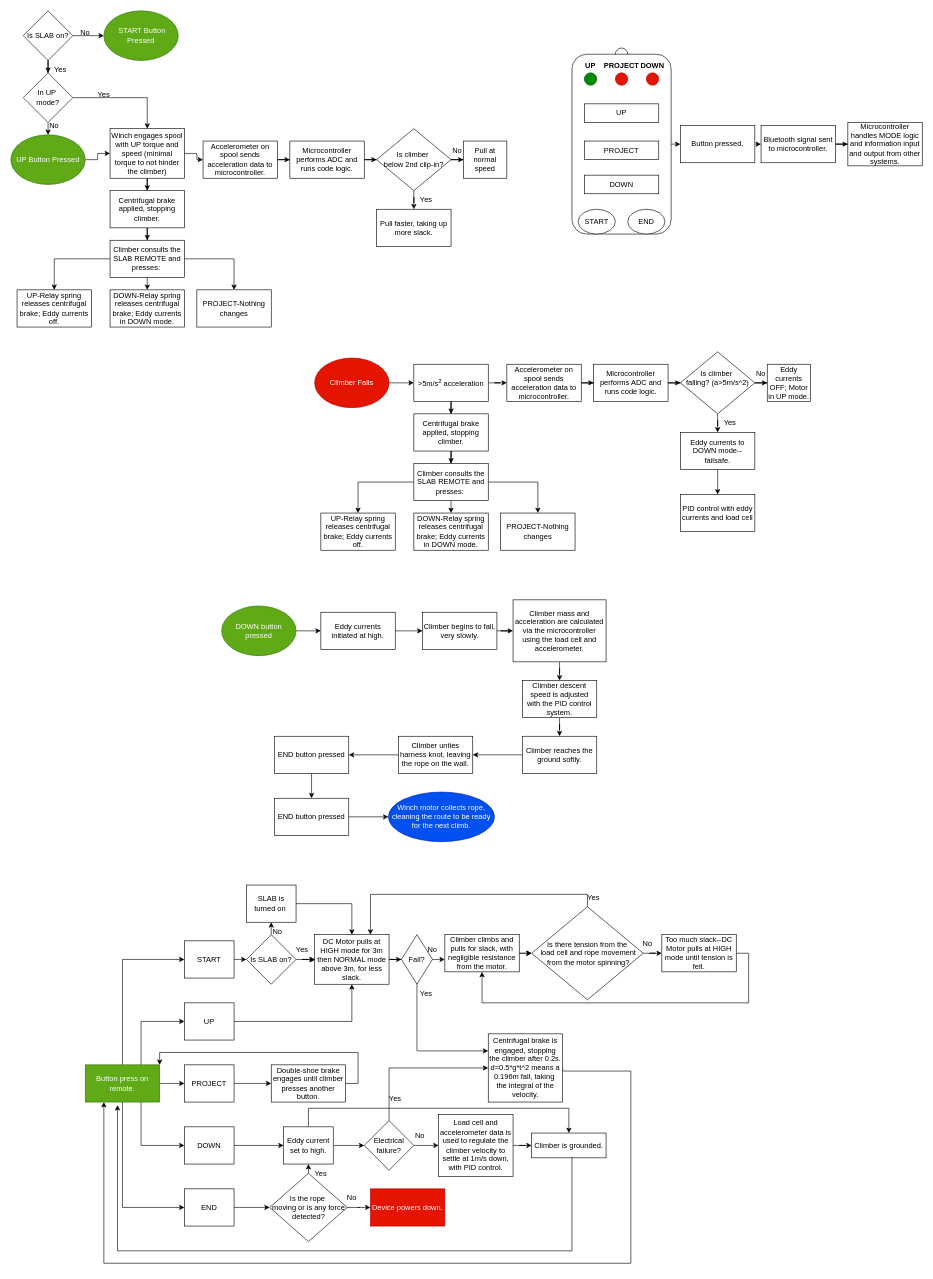
This is SLABFlowDiagrams.drawio from AidanRabinowitz/DesignProject-SLAB, a draw.io file, before an edit. Source tidied: cells renumbered, new cells numbered last; positions are measured from the earlier drawing's top-left corner, leaving out a move shared by most shapes. Both pictures are drawn from the tidied source at 62%, with x=0, y=0 at pixel (11, 11).
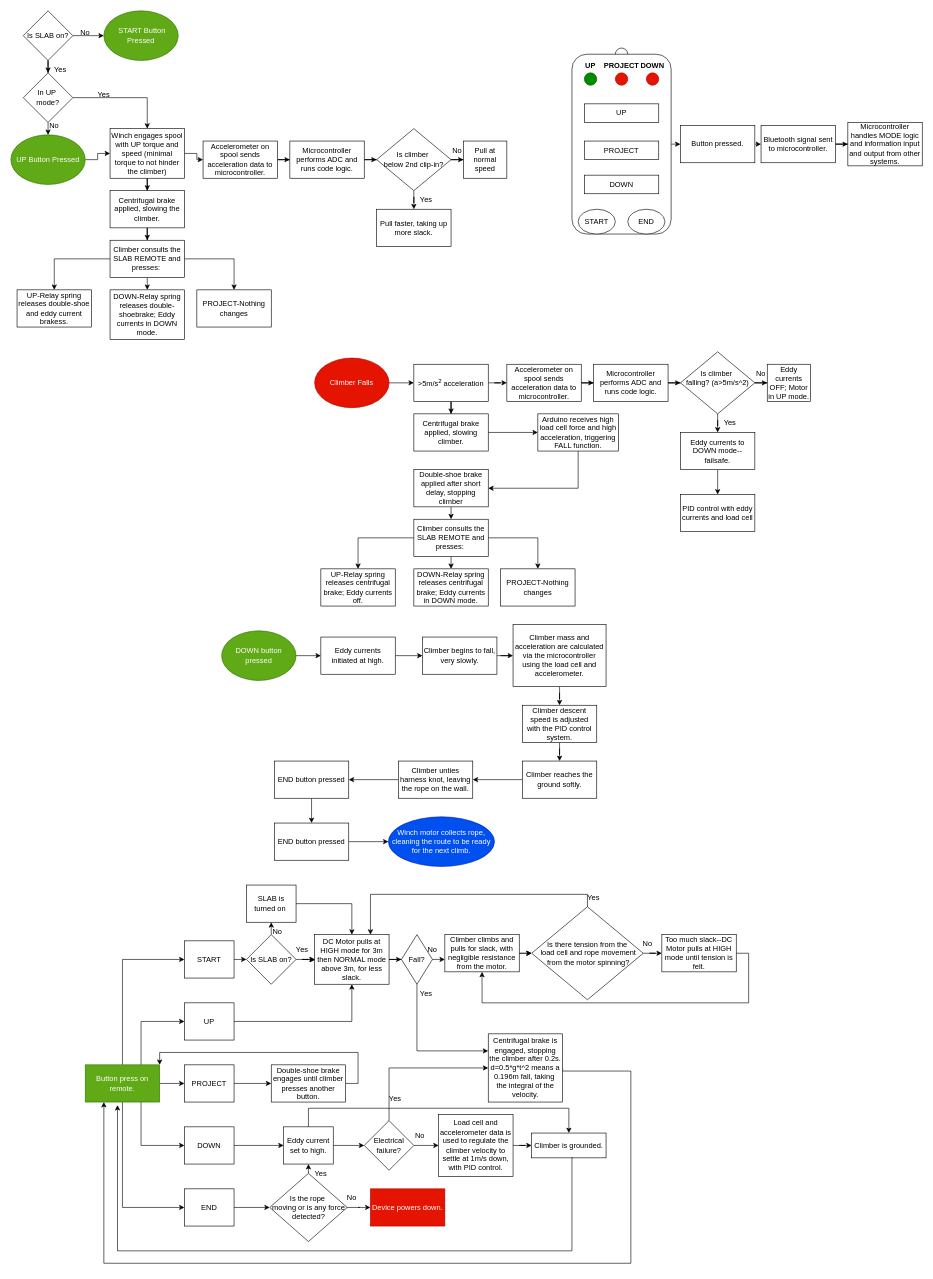
Above is the later version.

What changed in the source:
```diff
@@
-    <mxCell id="19" value="Centrifugal brake applied, stopping climber." style="whiteSpace=wrap;html=1;" parent="1" vertex="1">
+    <mxCell id="19" value="Centrifugal brake applied, slowing the climber." style="whiteSpace=wrap;html=1;" parent="1" vertex="1">
       <mxGeometry x="160" y="290" width="120" height="60" as="geometry" />
     </mxCell>
@@
-    <mxCell id="24" value="UP-Relay spring releases centrifugal brake; Eddy currents off." style="rounded=0;whiteSpace=wrap;html=1;" parent="1" vertex="1">
+    <mxCell id="24" value="UP-Relay spring releases double-shoe and eddy current brakess." style="rounded=0;whiteSpace=wrap;html=1;" parent="1" vertex="1">
       <mxGeometry x="10" y="450" width="120" height="60" as="geometry" />
     </mxCell>
@@
-    <mxCell id="26" value="DOWN-Relay spring releases centrifugal brake; Eddy currents in DOWN mode." style="rounded=0;whiteSpace=wrap;html=1;" parent="1" vertex="1">
-      <mxGeometry x="160" y="450" width="120" height="60" as="geometry" />
+    <mxCell id="26" value="DOWN-Relay spring releases double-shoebrake; Eddy currents in DOWN mode." style="rounded=0;whiteSpace=wrap;html=1;" parent="1" vertex="1">
+      <mxGeometry x="160" y="450" width="120" height="80" as="geometry" />
     </mxCell>
@@
-    <mxCell id="55" style="edgeStyle=orthogonalEdgeStyle;rounded=0;jettySize=auto;html=1;" parent="1" edge="1" source="56" target="60">
-      <mxGeometry relative="1" as="geometry" />
-    </mxCell>
+    <mxCell id="166" style="edgeStyle=orthogonalEdgeStyle;rounded=0;jettySize=auto;html=1;" parent="1" edge="1" source="56" target="170">
+      <mxGeometry relative="1" as="geometry" />
+    </mxCell>
-    <mxCell id="56" value="Centrifugal brake applied, stopping climber." style="whiteSpace=wrap;html=1;" parent="1" vertex="1">
+    <mxCell id="56" value="Centrifugal brake applied, slowing climber." style="whiteSpace=wrap;html=1;" parent="1" vertex="1">
       <mxGeometry x="650" y="650" width="120" height="60" as="geometry" />
     </mxCell>
@@
     <mxCell id="60" value="Climber consults the SLAB REMOTE and presses:&amp;nbsp;" style="whiteSpace=wrap;html=1;" parent="1" vertex="1">
-      <mxGeometry x="650" y="730" width="120" height="60" as="geometry" />
+      <mxGeometry x="650" y="820" width="120" height="60" as="geometry" />
     </mxCell>
     <mxCell id="61" value="UP-Relay spring releases centrifugal brake; Eddy currents off." style="rounded=0;whiteSpace=wrap;html=1;" parent="1" vertex="1">
-      <mxGeometry x="500" y="810" width="120" height="60" as="geometry" />
+      <mxGeometry x="500" y="900" width="120" height="60" as="geometry" />
     </mxCell>
     <mxCell id="62" value="PROJECT-Nothing changes" style="rounded=0;whiteSpace=wrap;html=1;" parent="1" vertex="1">
-      <mxGeometry x="790" y="810" width="120" height="60" as="geometry" />
+      <mxGeometry x="790" y="900" width="120" height="60" as="geometry" />
     </mxCell>
     <mxCell id="63" value="DOWN-Relay spring releases centrifugal brake; Eddy currents in DOWN mode." style="rounded=0;whiteSpace=wrap;html=1;" parent="1" vertex="1">
-      <mxGeometry x="650" y="810" width="120" height="60" as="geometry" />
+      <mxGeometry x="650" y="900" width="120" height="60" as="geometry" />
     </mxCell>
@@
     <mxCell id="66" value="DOWN button pressed" style="ellipse;whiteSpace=wrap;html=1;fillColor=#60a917;fontColor=#ffffff;strokeColor=#2D7600;" parent="1" vertex="1">
-      <mxGeometry x="340" y="960" width="120" height="80" as="geometry" />
+      <mxGeometry x="340" y="1000" width="120" height="80" as="geometry" />
     </mxCell>
@@
     <mxCell id="68" value="Eddy currents initiated at high." style="whiteSpace=wrap;html=1;" parent="1" vertex="1">
-      <mxGeometry x="500" y="970" width="120" height="60" as="geometry" />
+      <mxGeometry x="500" y="1010" width="120" height="60" as="geometry" />
     </mxCell>
@@
     <mxCell id="70" value="Climber begins to fall, very slowly." style="whiteSpace=wrap;html=1;" parent="1" vertex="1">
-      <mxGeometry x="664" y="970" width="120" height="60" as="geometry" />
+      <mxGeometry x="664" y="1010" width="120" height="60" as="geometry" />
     </mxCell>
@@
     <mxCell id="72" value="Climber mass and acceleration are calculated via the microcontroller using the load cell and accelerometer." style="whiteSpace=wrap;html=1;" parent="1" vertex="1">
-      <mxGeometry x="810" y="950" width="150" height="100" as="geometry" />
+      <mxGeometry x="810" y="990" width="150" height="100" as="geometry" />
     </mxCell>
@@
     <mxCell id="74" value="Climber descent speed is adjusted with the PID control system." style="whiteSpace=wrap;html=1;" parent="1" vertex="1">
-      <mxGeometry x="825" y="1080" width="120" height="60" as="geometry" />
+      <mxGeometry x="825" y="1120" width="120" height="60" as="geometry" />
     </mxCell>
@@
     <mxCell id="76" value="Climber reaches the ground softly." style="whiteSpace=wrap;html=1;" parent="1" vertex="1">
-      <mxGeometry x="825" y="1170" width="120" height="60" as="geometry" />
+      <mxGeometry x="825" y="1210" width="120" height="60" as="geometry" />
     </mxCell>
@@
     <mxCell id="78" value="Climber unties harness knot, leaving the rope on the wall." style="whiteSpace=wrap;html=1;" parent="1" vertex="1">
-      <mxGeometry x="625" y="1170" width="120" height="60" as="geometry" />
+      <mxGeometry x="625" y="1210" width="120" height="60" as="geometry" />
     </mxCell>
@@
     <mxCell id="80" value="END button pressed" style="whiteSpace=wrap;html=1;" parent="1" vertex="1">
-      <mxGeometry x="425" y="1170" width="120" height="60" as="geometry" />
+      <mxGeometry x="425" y="1210" width="120" height="60" as="geometry" />
     </mxCell>
@@
     <mxCell id="82" value="END button pressed" style="whiteSpace=wrap;html=1;" parent="1" vertex="1">
-      <mxGeometry x="425" y="1270" width="120" height="60" as="geometry" />
+      <mxGeometry x="425" y="1310" width="120" height="60" as="geometry" />
     </mxCell>
     <mxCell id="83" value="Winch motor collects rope, cleaning the route to be ready for the next climb." style="ellipse;whiteSpace=wrap;html=1;fillColor=#0050ef;fontColor=#ffffff;strokeColor=#001DBC;" parent="1" vertex="1">
-      <mxGeometry x="609" y="1260" width="171" height="80" as="geometry" />
+      <mxGeometry x="609" y="1300" width="171" height="80" as="geometry" />
     </mxCell>
@@
+    <mxCell id="167" style="edgeStyle=orthogonalEdgeStyle;rounded=0;jettySize=auto;html=1;exitX=0.5;exitY=1;exitDx=0;exitDy=0;entryX=0.5;entryY=0;entryDx=0;entryDy=0;" parent="1" edge="1" source="168" target="60">
+      <mxGeometry relative="1" as="geometry" />
+    </mxCell>
+    <mxCell id="168" value="Double-shoe brake applied after short delay, stopping climber" style="whiteSpace=wrap;html=1;" parent="1" vertex="1">
+      <mxGeometry x="650" y="740" width="120" height="60" as="geometry" />
+    </mxCell>
+    <mxCell id="169" style="edgeStyle=orthogonalEdgeStyle;rounded=0;jettySize=auto;html=1;exitX=0.5;exitY=1;exitDx=0;exitDy=0;entryX=1;entryY=0.5;entryDx=0;entryDy=0;" parent="1" edge="1" source="170" target="168">
+      <mxGeometry relative="1" as="geometry" />
+    </mxCell>
+    <mxCell id="170" value="Arduino receives high load cell force and high acceleration, triggering FALL function." style="whiteSpace=wrap;html=1;" parent="1" vertex="1">
+      <mxGeometry x="850" y="650" width="130" height="60" as="geometry" />
+    </mxCell>
```
